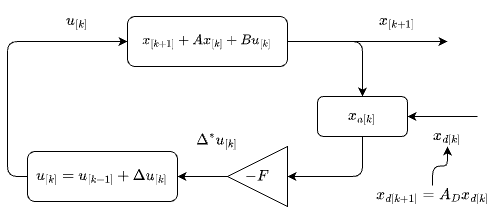
The draw.io diagram images/block/lqr-trk-var.drawio.png in ivaquero/book-control, before a commit. Source tidied: cells renumbered, new cells last; positions are measured from the earlier drawing's top-left corner, leaving out a move shared by most shapes. Source of this version:
```xml
<mxGraphModel math="1">
  <root>
    <mxCell id="0" />
    <mxCell id="1" parent="0" />
    <mxCell id="2" style="edgeStyle=orthogonalEdgeStyle;html=1;exitX=1;exitY=0.5;exitDx=0;exitDy=0;entryX=0.5;entryY=0;entryDx=0;entryDy=0;fontSize=13;" parent="1" edge="1" source="4" target="6">
      <mxGeometry relative="1" as="geometry" />
    </mxCell>
    <mxCell id="3" style="edgeStyle=orthogonalEdgeStyle;html=1;exitX=1;exitY=0.5;exitDx=0;exitDy=0;fontSize=13;" parent="1" edge="1" source="4">
      <mxGeometry relative="1" as="geometry">
        <mxPoint x="440" y="35" as="targetPoint" />
      </mxGeometry>
    </mxCell>
    <mxCell id="4" value="$$x_{[k+1]} + Ax_{[k]} + Bu_{[k]}$$" style="rounded=1;whiteSpace=wrap;html=1;" parent="1" vertex="1">
      <mxGeometry x="120" y="10" width="160" height="50" as="geometry" />
    </mxCell>
    <mxCell id="5" style="edgeStyle=orthogonalEdgeStyle;html=1;fontSize=13;exitX=0.5;exitY=1;exitDx=0;exitDy=0;entryX=1;entryY=0.5;entryDx=0;entryDy=0;" parent="1" edge="1" source="6" target="8">
      <mxGeometry relative="1" as="geometry" />
    </mxCell>
    <mxCell id="6" value="$$x_{a[k]}$$" style="rounded=1;whiteSpace=wrap;html=1;fontSize=13;" parent="1" vertex="1">
      <mxGeometry x="310" y="90" width="90" height="40" as="geometry" />
    </mxCell>
    <mxCell id="7" style="edgeStyle=orthogonalEdgeStyle;html=1;fontSize=13;" parent="1" edge="1" source="8" target="10">
      <mxGeometry relative="1" as="geometry" />
    </mxCell>
    <mxCell id="8" value="$$-F$$" style="triangle;whiteSpace=wrap;html=1;fontSize=13;rotation=0;flipH=1;" parent="1" vertex="1">
      <mxGeometry x="220" y="140" width="60" height="60" as="geometry" />
    </mxCell>
    <mxCell id="9" style="edgeStyle=orthogonalEdgeStyle;html=1;exitX=0;exitY=0.5;exitDx=0;exitDy=0;entryX=0;entryY=0.5;entryDx=0;entryDy=0;fontSize=13;" parent="1" edge="1" source="10" target="4">
      <mxGeometry relative="1" as="geometry">
        <Array as="points">
          <mxPoint y="170" />
          <mxPoint y="35" />
        </Array>
      </mxGeometry>
    </mxCell>
    <mxCell id="10" value="$$u_{[k]}=u_{[k-1]}+\Delta u_{[k]}$$" style="rounded=1;whiteSpace=wrap;html=1;fontSize=13;" parent="1" vertex="1">
      <mxGeometry x="20" y="145" width="150" height="50" as="geometry" />
    </mxCell>
    <mxCell id="11" value="$$x_{[k+1]}$$" style="text;html=1;strokeColor=none;fillColor=none;align=center;verticalAlign=middle;whiteSpace=wrap;rounded=0;fontSize=13;" parent="1" vertex="1">
      <mxGeometry x="360" width="60" height="30" as="geometry" />
    </mxCell>
    <mxCell id="12" style="endArrow=classic;html=1;fontSize=13;entryX=1;entryY=0.5;entryDx=0;entryDy=0;" parent="1" edge="1" target="6">
      <mxGeometry relative="1" as="geometry">
        <mxPoint x="470" y="110" as="sourcePoint" />
      </mxGeometry>
    </mxCell>
    <mxCell id="13" value="$$x_{d[k]}$$" style="text;html=1;strokeColor=none;fillColor=none;align=center;verticalAlign=middle;whiteSpace=wrap;rounded=0;fontSize=13;fontStyle=1;" parent="1" vertex="1">
      <mxGeometry x="410" y="120" width="60" height="20" as="geometry" />
    </mxCell>
    <mxCell id="14" value="$$\Delta^* u_{[k]}$$" style="text;html=1;strokeColor=none;fillColor=none;align=center;verticalAlign=middle;whiteSpace=wrap;rounded=0;fontSize=13;" parent="1" vertex="1">
      <mxGeometry x="180" y="120" width="60" height="30" as="geometry" />
    </mxCell>
    <mxCell id="15" value="$$u_{[k]}$$" style="text;html=1;strokeColor=none;fillColor=none;align=center;verticalAlign=middle;whiteSpace=wrap;rounded=0;fontSize=13;" parent="1" vertex="1">
      <mxGeometry x="40" y="5" width="60" height="20" as="geometry" />
    </mxCell>
    <mxCell id="16" style="edgeStyle=orthogonalEdgeStyle;html=1;" parent="1" edge="1" source="17" target="13">
      <mxGeometry relative="1" as="geometry" />
    </mxCell>
    <mxCell id="17" value="$$x_{d[k+1]}=A_Dx_{d[k]}&lt;br&gt;$$" style="text;html=1;strokeColor=none;fillColor=none;align=center;verticalAlign=middle;whiteSpace=wrap;rounded=0;fontSize=13;fontStyle=1;" parent="1" vertex="1">
      <mxGeometry x="360" y="179" width="130" height="20" as="geometry" />
    </mxCell>
  </root>
</mxGraphModel>
```
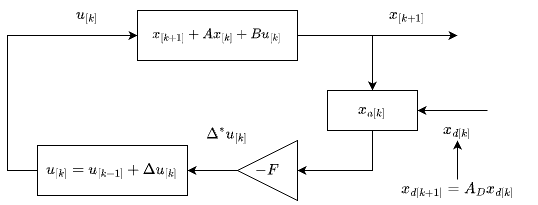
The same diagram one commit later.

Diff of the diagram source:
```diff
@@ -2,21 +2,23 @@
   <root>
     <mxCell id="0" />
     <mxCell id="1" parent="0" />
-    <mxCell id="2" style="edgeStyle=orthogonalEdgeStyle;html=1;exitX=1;exitY=0.5;exitDx=0;exitDy=0;entryX=0.5;entryY=0;entryDx=0;entryDy=0;fontSize=13;" parent="1" edge="1" source="4" target="6">
-      <mxGeometry relative="1" as="geometry" />
+    <mxCell id="2" style="edgeStyle=orthogonalEdgeStyle;html=1;entryX=0.5;entryY=0;entryDx=0;entryDy=0;fontSize=13;rounded=0;" parent="1" edge="1" target="6">
+      <mxGeometry relative="1" as="geometry">
+        <mxPoint x="355" y="35" as="sourcePoint" />
+      </mxGeometry>
     </mxCell>
     <mxCell id="3" style="edgeStyle=orthogonalEdgeStyle;html=1;exitX=1;exitY=0.5;exitDx=0;exitDy=0;fontSize=13;" parent="1" edge="1" source="4">
       <mxGeometry relative="1" as="geometry">
         <mxPoint x="440" y="35" as="targetPoint" />
       </mxGeometry>
     </mxCell>
-    <mxCell id="4" value="$$x_{[k+1]} + Ax_{[k]} + Bu_{[k]}$$" style="rounded=1;whiteSpace=wrap;html=1;" parent="1" vertex="1">
+    <mxCell id="4" value="$$x_{[k+1]} + Ax_{[k]} + Bu_{[k]}$$" style="rounded=0;whiteSpace=wrap;html=1;" parent="1" vertex="1">
       <mxGeometry x="120" y="10" width="160" height="50" as="geometry" />
     </mxCell>
-    <mxCell id="5" style="edgeStyle=orthogonalEdgeStyle;html=1;fontSize=13;exitX=0.5;exitY=1;exitDx=0;exitDy=0;entryX=1;entryY=0.5;entryDx=0;entryDy=0;" parent="1" edge="1" source="6" target="8">
+    <mxCell id="5" style="edgeStyle=orthogonalEdgeStyle;html=1;fontSize=13;exitX=0.5;exitY=1;exitDx=0;exitDy=0;entryX=1;entryY=0.5;entryDx=0;entryDy=0;rounded=0;" parent="1" edge="1" source="6" target="8">
       <mxGeometry relative="1" as="geometry" />
     </mxCell>
-    <mxCell id="6" value="$$x_{a[k]}$$" style="rounded=1;whiteSpace=wrap;html=1;fontSize=13;" parent="1" vertex="1">
+    <mxCell id="6" value="$$x_{a[k]}$$" style="rounded=0;whiteSpace=wrap;html=1;fontSize=13;" parent="1" vertex="1">
       <mxGeometry x="310" y="90" width="90" height="40" as="geometry" />
     </mxCell>
     <mxCell id="7" style="edgeStyle=orthogonalEdgeStyle;html=1;fontSize=13;" parent="1" edge="1" source="8" target="10">
@@ -25,15 +27,15 @@
     <mxCell id="8" value="$$-F$$" style="triangle;whiteSpace=wrap;html=1;fontSize=13;rotation=0;flipH=1;" parent="1" vertex="1">
       <mxGeometry x="220" y="140" width="60" height="60" as="geometry" />
     </mxCell>
-    <mxCell id="9" style="edgeStyle=orthogonalEdgeStyle;html=1;exitX=0;exitY=0.5;exitDx=0;exitDy=0;entryX=0;entryY=0.5;entryDx=0;entryDy=0;fontSize=13;" parent="1" edge="1" source="10" target="4">
+    <mxCell id="9" style="edgeStyle=orthogonalEdgeStyle;html=1;exitX=0;exitY=0.5;exitDx=0;exitDy=0;entryX=0;entryY=0.5;entryDx=0;entryDy=0;fontSize=13;rounded=0;" parent="1" edge="1" source="10" target="4">
       <mxGeometry relative="1" as="geometry">
         <Array as="points">
-          <mxPoint y="170" />
-          <mxPoint y="35" />
+          <mxPoint x="-10" y="170" />
+          <mxPoint x="-10" y="35" />
         </Array>
       </mxGeometry>
     </mxCell>
-    <mxCell id="10" value="$$u_{[k]}=u_{[k-1]}+\Delta u_{[k]}$$" style="rounded=1;whiteSpace=wrap;html=1;fontSize=13;" parent="1" vertex="1">
+    <mxCell id="10" value="$$u_{[k]}=u_{[k-1]}+\Delta u_{[k]}$$" style="rounded=0;whiteSpace=wrap;html=1;fontSize=13;" parent="1" vertex="1">
       <mxGeometry x="20" y="145" width="150" height="50" as="geometry" />
     </mxCell>
     <mxCell id="11" value="$$x_{[k+1]}$$" style="text;html=1;strokeColor=none;fillColor=none;align=center;verticalAlign=middle;whiteSpace=wrap;rounded=0;fontSize=13;" parent="1" vertex="1">
@@ -57,7 +59,7 @@
       <mxGeometry relative="1" as="geometry" />
     </mxCell>
     <mxCell id="17" value="$$x_{d[k+1]}=A_Dx_{d[k]}&lt;br&gt;$$" style="text;html=1;strokeColor=none;fillColor=none;align=center;verticalAlign=middle;whiteSpace=wrap;rounded=0;fontSize=13;fontStyle=1;" parent="1" vertex="1">
-      <mxGeometry x="360" y="179" width="130" height="20" as="geometry" />
+      <mxGeometry x="375" y="179" width="130" height="20" as="geometry" />
     </mxCell>
   </root>
 </mxGraphModel>
```
